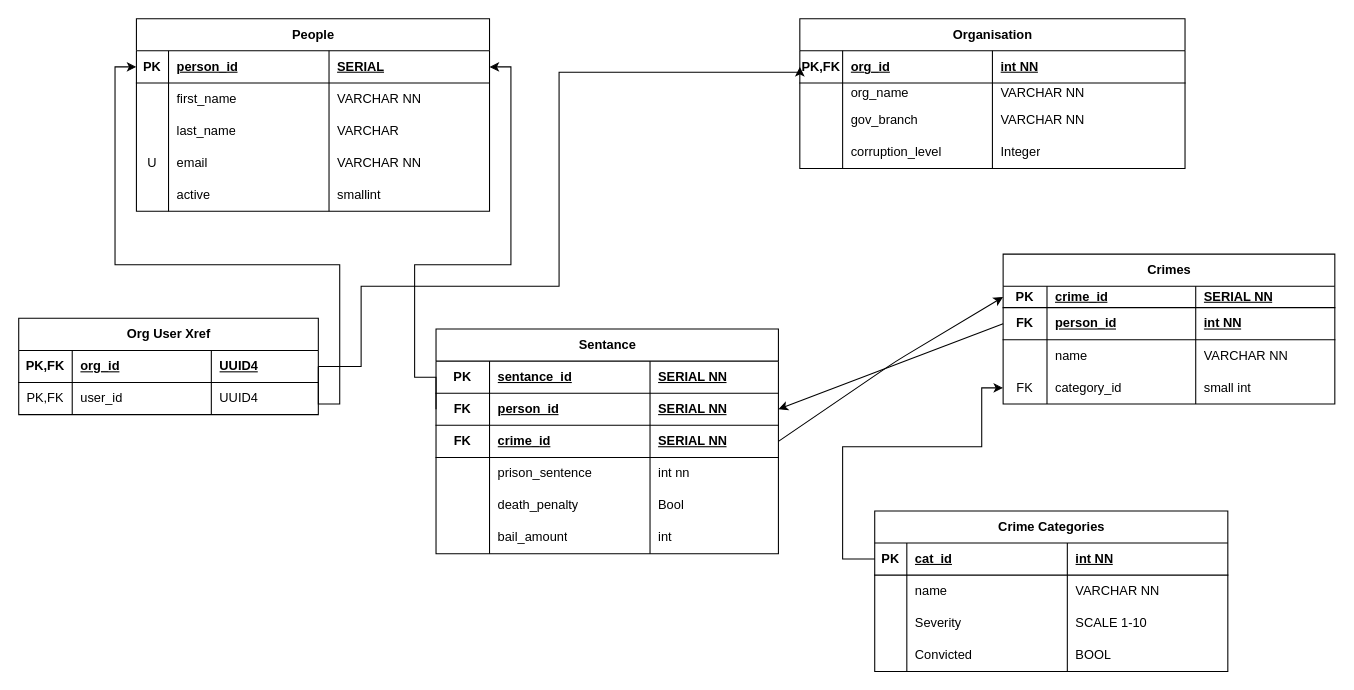
Before: erd.drawio in mitchell-devpipline/marshhomework, a draw.io diagram. Source tidied: cells renumbered, new cells numbered last; positions are measured from the earlier drawing's top-left corner, leaving out a move shared by most shapes. Both pictures are drawn from the tidied source at 107%, with x=0, y=0 at pixel (18, 18).
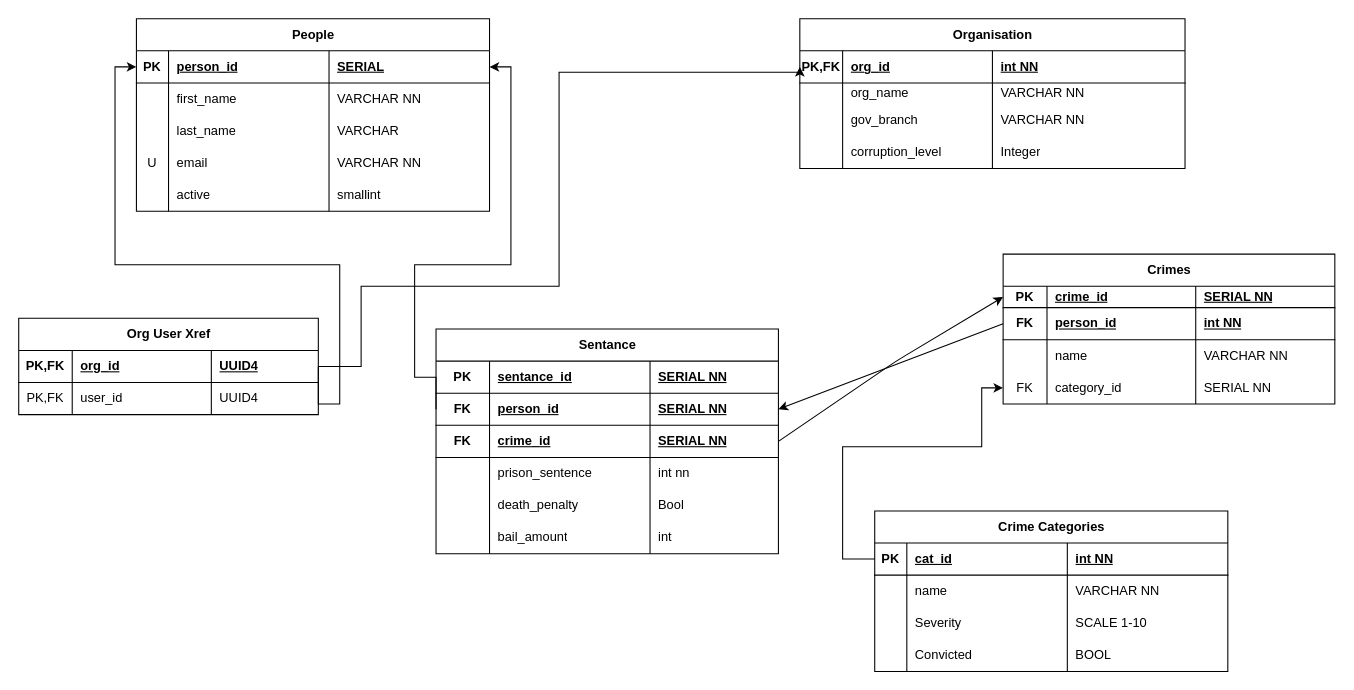
The same page after the edit.

Unchanged cells that the change refers to:
```xml
<mxCell id="78" style="shape=tableRow;horizontal=0;startSize=0;swimlaneHead=0;swimlaneBody=0;fillColor=none;points=[[0,0.5],[1,0.5]];portConstraint=eastwest;top=0;left=0;right=0;bottom=0;" parent="65" vertex="1">
  <mxGeometry y="110" width="310" height="30" as="geometry" />
</mxCell>
```

Change to the diagram source:
```diff
@@
-    <mxCell id="81" value="small int" style="shape=partialRectangle;fillColor=none;top=0;left=0;bottom=0;right=0;align=left;spacingLeft=6;overflow=hidden;whiteSpace=wrap;html=1;" parent="78" vertex="1">
+    <mxCell id="81" value="SERIAL NN" style="shape=partialRectangle;fillColor=none;top=0;left=0;bottom=0;right=0;align=left;spacingLeft=6;overflow=hidden;whiteSpace=wrap;html=1;" parent="78" vertex="1">
       <mxGeometry x="180" width="130" height="30" as="geometry" />
     </mxCell>
```
